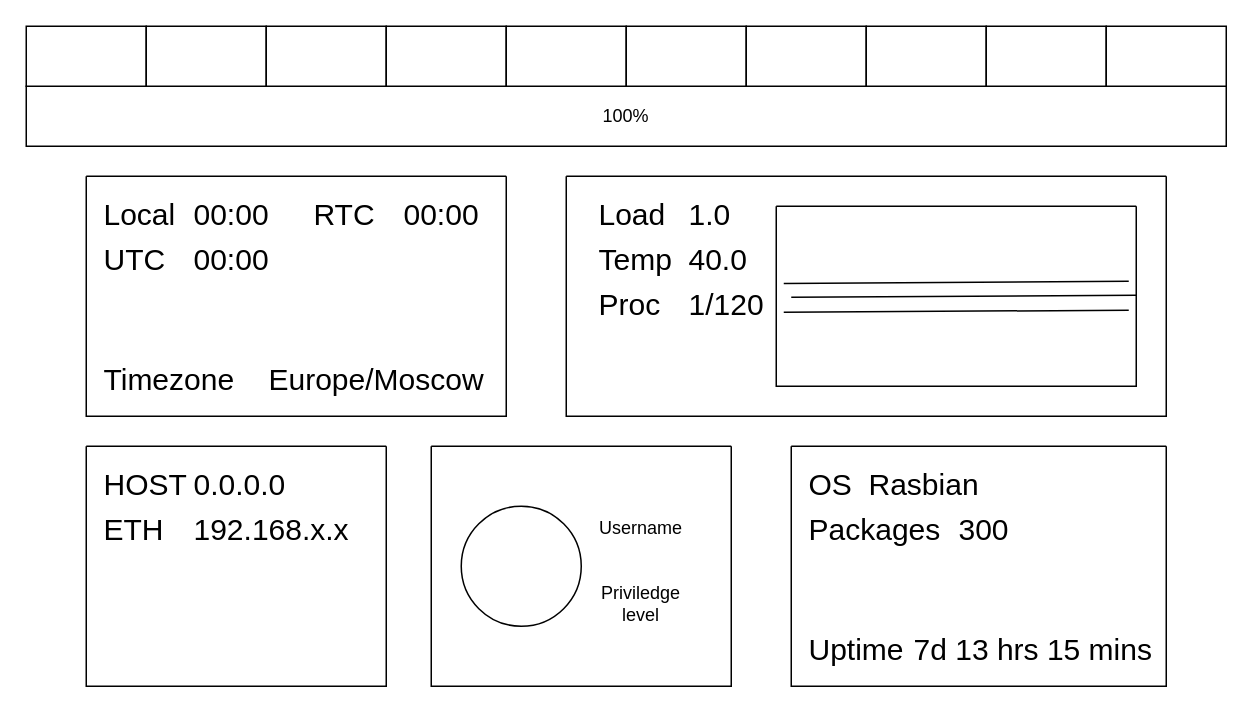
This is page "Page-2" (2 of 2) of frontmarkup.drawio from Rabogi/reallab-conf, a draw.io file, before an edit. Source tidied: cells renumbered, new cells numbered last; positions are measured from the earlier drawing's top-left corner, leaving out a move shared by most shapes. Both pictures are drawn from the tidied source at 150%, with x=0, y=0 at pixel (26, 26).
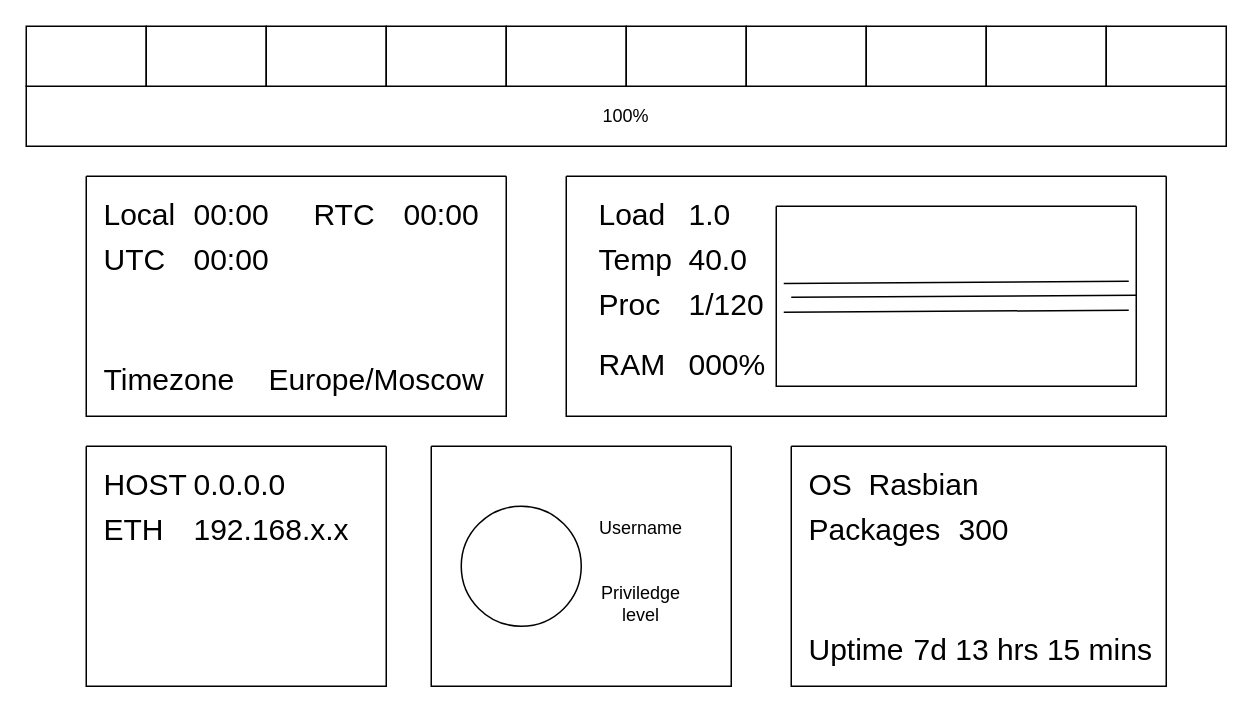
The same diagram, later.

Unchanged cells that the change refers to:
```xml
<mxCell id="11" style="swimlane;startSize=0;" parent="1" vertex="1">
  <mxGeometry x="360" y="100" width="400" height="160" as="geometry" />
</mxCell>
```

Change to the diagram source:
```diff
@@
+    <mxCell id="49" value="RAM" style="text;html=1;align=left;verticalAlign=middle;whiteSpace=wrap;rounded=0;fontSize=20;" parent="11" vertex="1">
+      <mxGeometry x="20" y="110" width="60" height="30" as="geometry" />
+    </mxCell>
+    <mxCell id="50" value="000%" style="text;html=1;align=left;verticalAlign=middle;whiteSpace=wrap;rounded=0;fontSize=20;" parent="11" vertex="1">
+      <mxGeometry x="80" y="110" width="60" height="30" as="geometry" />
+    </mxCell>
```
